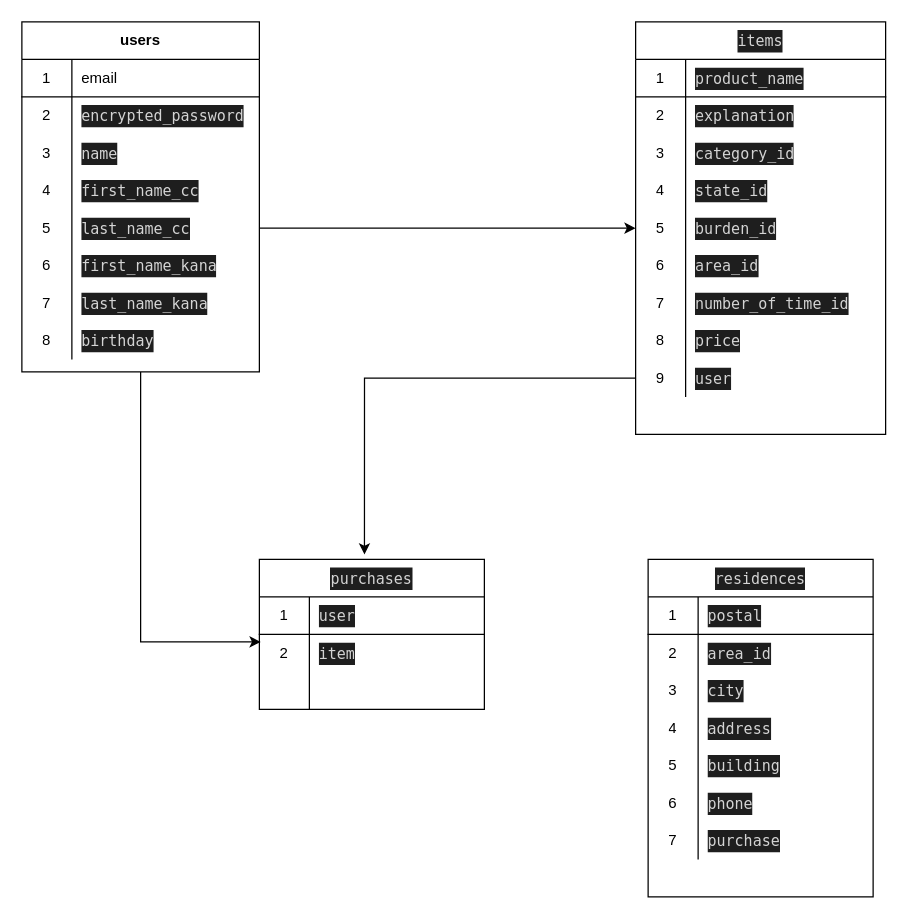
The draw.io diagram furima.dio in shin-chann/furima-33588, before the edit. Source tidied: cells renumbered, new cells numbered last; positions are measured from the earlier drawing's top-left corner, leaving out a move shared by most shapes. Both pictures are drawn from the tidied source at 125%, with x=0, y=0 at pixel (21, 21).
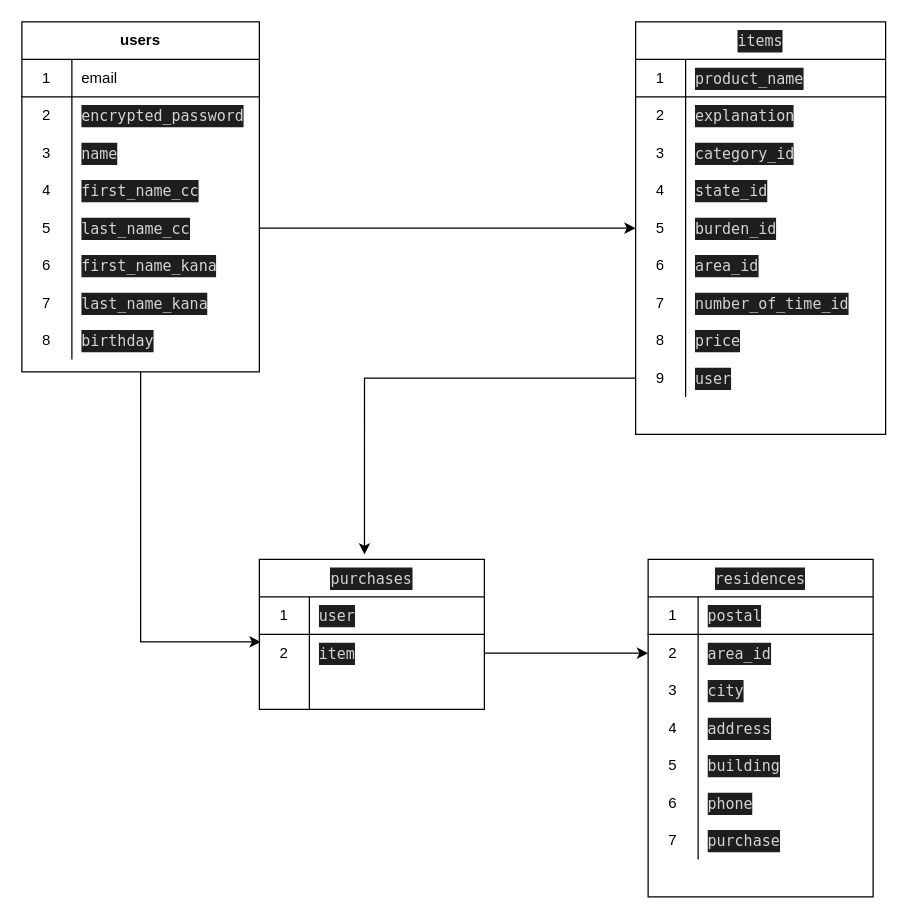
Above is the later version.

Unchanged cells that the change refers to:
```xml
<mxCell id="61" style="shape=partialRectangle;html=1;whiteSpace=wrap;fillColor=none;top=0;left=0;bottom=0;right=0;points=[[0,0.5],[1,0.5]];portConstraint=eastwest;" parent="57" vertex="1">
  <mxGeometry y="60" width="180" height="30" as="geometry" />
</mxCell>
<mxCell id="72" style="shape=partialRectangle;html=1;whiteSpace=wrap;fillColor=none;top=0;left=0;bottom=0;right=0;points=[[0,0.5],[1,0.5]];portConstraint=eastwest;" parent="68" vertex="1">
  <mxGeometry y="60" width="180" height="30" as="geometry" />
</mxCell>
```

Change to the diagram source:
```diff
@@
+    <mxCell id="90" style="edgeStyle=orthogonalEdgeStyle;rounded=0;jettySize=auto;html=1;exitX=1;exitY=0.5;exitDx=0;exitDy=0;entryX=0;entryY=0.5;entryDx=0;entryDy=0;" parent="1" edge="1" source="61" target="72">
+      <mxGeometry relative="1" as="geometry" />
+    </mxCell>
```
